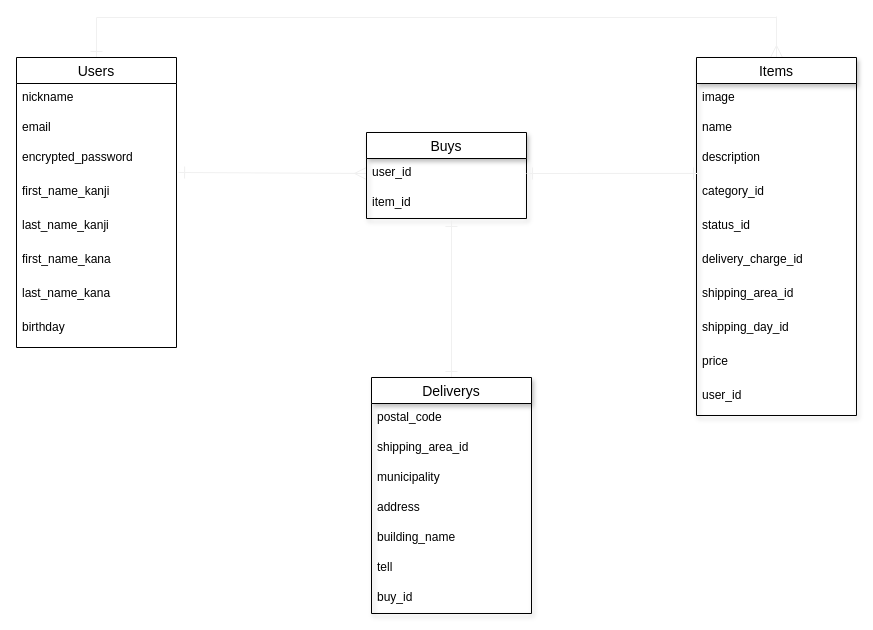
shiki0501/furima-35482 keeps this draw.io diagram as er.dio. Above is the earlier version. Source tidied: cells renumbered, new cells numbered last; positions are measured from the earlier drawing's top-left corner, leaving out a move shared by most shapes. Both pictures are drawn from the tidied source at 100%, with x=0, y=0 at pixel (16, 16).
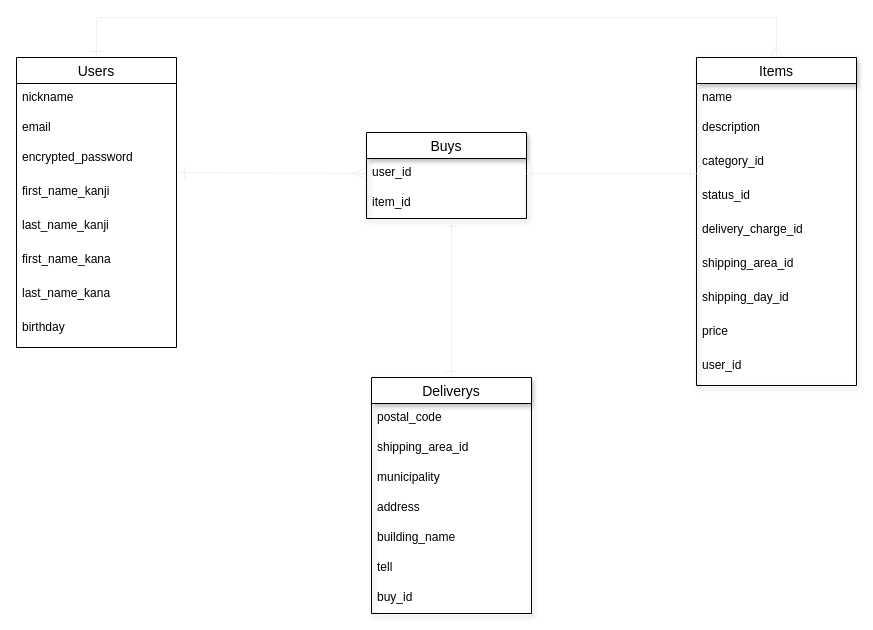
The same diagram, later.

Commit message:
データベース設計（ER図の修正２）

The change refers to these unchanged cells:
```xml
<mxCell id="26" value="user_id" style="text;strokeColor=none;fillColor=none;spacingLeft=4;spacingRight=4;overflow=hidden;points=[[0,0.5],[1,0.5]];portConstraint=eastwest;fontSize=12;" parent="25" vertex="1">
  <mxGeometry y="26" width="160" height="30" as="geometry" />
</mxCell>
```

Diff of the diagram source:
```diff
@@
     <mxCell id="14" value="Items" style="swimlane;fontStyle=0;horizontal=1;startSize=26;align=center;fontSize=14;shadow=1;" parent="1" vertex="1">
-      <mxGeometry x="680" y="41" width="160" height="358" as="geometry" />
+      <mxGeometry x="680" y="41" width="160" height="328" as="geometry" />
     </mxCell>
-    <mxCell id="15" value="image" style="text;strokeColor=none;fillColor=none;spacingLeft=4;spacingRight=4;overflow=hidden;fontSize=12;" parent="14" vertex="1">
-      <mxGeometry y="26" width="160" height="30" as="geometry" />
-    </mxCell>
     <mxCell id="16" value="name" style="text;strokeColor=none;fillColor=none;spacingLeft=4;spacingRight=4;overflow=hidden;fontSize=12;" parent="14" vertex="1">
-      <mxGeometry y="56" width="160" height="30" as="geometry" />
+      <mxGeometry y="26" width="160" height="30" as="geometry" />
     </mxCell>
     <mxCell id="17" value="description" style="text;strokeColor=none;fillColor=none;spacingLeft=4;spacingRight=4;overflow=hidden;fontSize=12;" parent="14" vertex="1">
-      <mxGeometry y="86" width="160" height="34" as="geometry" />
+      <mxGeometry y="56" width="160" height="34" as="geometry" />
     </mxCell>
     <mxCell id="18" value="category_id" style="text;strokeColor=none;fillColor=none;spacingLeft=4;spacingRight=4;overflow=hidden;points=[[0,0.5],[1,0.5]];portConstraint=eastwest;fontSize=12;" parent="14" vertex="1">
-      <mxGeometry y="120" width="160" height="34" as="geometry" />
+      <mxGeometry y="90" width="160" height="34" as="geometry" />
     </mxCell>
     <mxCell id="19" value="status_id" style="text;strokeColor=none;fillColor=none;spacingLeft=4;spacingRight=4;overflow=hidden;fontSize=12;" parent="14" vertex="1">
-      <mxGeometry y="154" width="160" height="34" as="geometry" />
+      <mxGeometry y="124" width="160" height="34" as="geometry" />
     </mxCell>
     <mxCell id="20" value="delivery_charge_id" style="text;strokeColor=none;fillColor=none;spacingLeft=4;spacingRight=4;overflow=hidden;fontSize=12;" parent="14" vertex="1">
-      <mxGeometry y="188" width="160" height="34" as="geometry" />
+      <mxGeometry y="158" width="160" height="34" as="geometry" />
     </mxCell>
     <mxCell id="21" value="shipping_area_id" style="text;strokeColor=none;fillColor=none;spacingLeft=4;spacingRight=4;overflow=hidden;fontSize=12;" parent="14" vertex="1">
-      <mxGeometry y="222" width="160" height="34" as="geometry" />
+      <mxGeometry y="192" width="160" height="34" as="geometry" />
     </mxCell>
     <mxCell id="22" value="shipping_day_id" style="text;strokeColor=none;fillColor=none;spacingLeft=4;spacingRight=4;overflow=hidden;fontSize=12;" parent="14" vertex="1">
-      <mxGeometry y="256" width="160" height="34" as="geometry" />
+      <mxGeometry y="226" width="160" height="34" as="geometry" />
     </mxCell>
     <mxCell id="23" value="price " style="text;strokeColor=none;fillColor=none;spacingLeft=4;spacingRight=4;overflow=hidden;fontSize=12;" parent="14" vertex="1">
-      <mxGeometry y="290" width="160" height="34" as="geometry" />
+      <mxGeometry y="260" width="160" height="34" as="geometry" />
     </mxCell>
     <mxCell id="24" value="user_id" style="text;strokeColor=none;fillColor=none;spacingLeft=4;spacingRight=4;overflow=hidden;fontSize=12;" parent="14" vertex="1">
-      <mxGeometry y="324" width="160" height="34" as="geometry" />
+      <mxGeometry y="294" width="160" height="34" as="geometry" />
     </mxCell>
@@
+    <mxCell id="38" style="endArrow=none;html=1;rounded=0;shadow=0;startSize=10;endSize=10;targetPerimeterSpacing=5;strokeColor=#f0f0f0;strokeWidth=1;" parent="1" edge="1">
+      <mxGeometry relative="1" as="geometry">
+        <mxPoint x="80" y="1" as="sourcePoint" />
+        <mxPoint x="760" y="1" as="targetPoint" />
+      </mxGeometry>
+    </mxCell>
-    <mxCell id="37" style="edgeStyle=none;rounded=0;jumpSize=6;jettySize=auto;html=1;entryX=0.019;entryY=-0.118;entryDx=0;entryDy=0;entryPerimeter=0;shadow=0;startArrow=ERone;startFill=0;endArrow=ERone;endFill=0;startSize=10;endSize=10;targetPerimeterSpacing=5;strokeColor=#f0f0f0;strokeWidth=1;" parent="1" edge="1" source="26" target="18">
+    <mxCell id="37" style="edgeStyle=none;rounded=0;jumpSize=6;jettySize=auto;html=1;entryX=0;entryY=0.765;entryDx=0;entryDy=0;entryPerimeter=0;shadow=0;startArrow=ERone;startFill=0;endArrow=ERone;endFill=0;startSize=10;endSize=10;targetPerimeterSpacing=5;strokeColor=#f0f0f0;strokeWidth=1;" parent="1" edge="1" source="26" target="18">
       <mxGeometry relative="1" as="geometry" />
     </mxCell>
-    <mxCell id="38" style="endArrow=none;html=1;rounded=0;shadow=0;startSize=10;endSize=10;targetPerimeterSpacing=5;strokeColor=#f0f0f0;strokeWidth=1;" parent="1" edge="1">
-      <mxGeometry relative="1" as="geometry">
-        <mxPoint x="80" y="1" as="sourcePoint" />
-        <mxPoint x="760" y="1" as="targetPoint" />
-      </mxGeometry>
-    </mxCell>
```
